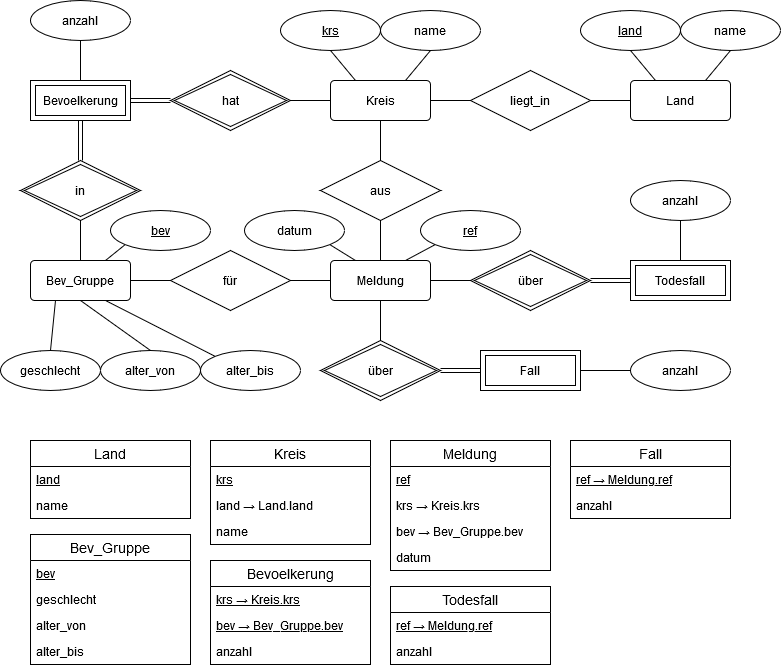
Above: corona_db.png in MariusGiebenhain/corona_db (draw.io), before the change. Source tidied: cells renumbered, new cells last; positions are measured from the earlier drawing's top-left corner, leaving out a move shared by most shapes.
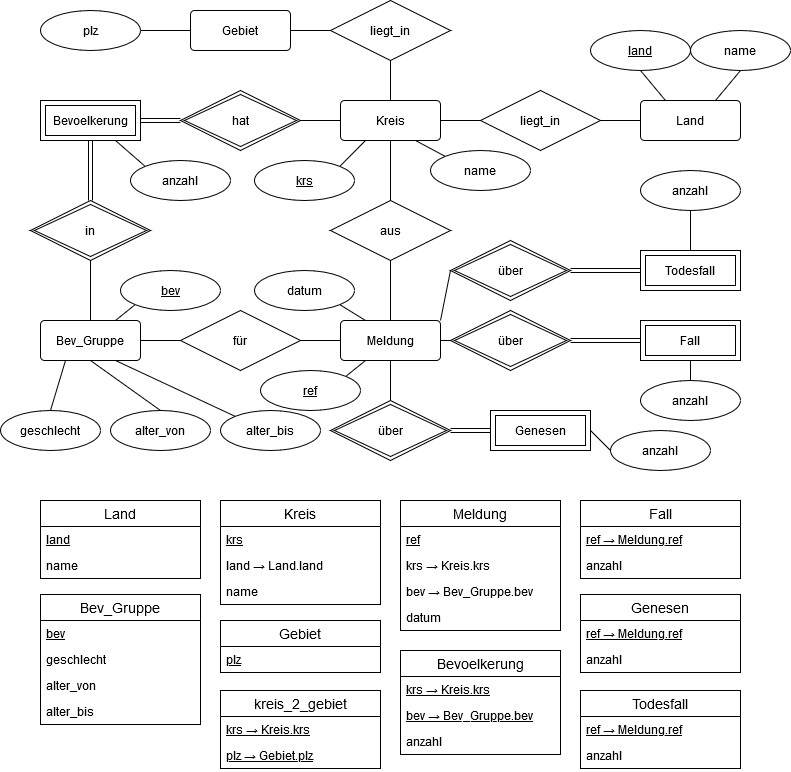
Later version of the same file.

Commit message:
updated relational schema

The edit, as a diff of the source:
```diff
@@ -26,3 +26,3 @@
     <mxCell id="9" value="krs" style="ellipse;whiteSpace=wrap;html=1;align=center;fontStyle=4;" parent="1" vertex="1">
-      <mxGeometry x="280" y="10" width="100" height="40" as="geometry" />
+      <mxGeometry x="244" y="140" width="100" height="40" as="geometry" />
     </mxCell>
@@ -31,3 +31,3 @@
     </mxCell>
-    <mxCell id="11" style="endArrow=none;html=1;strokeColor=#000000;exitX=0.5;exitY=1;exitDx=0;exitDy=0;entryX=0.25;entryY=0;entryDx=0;entryDy=0;" parent="1" edge="1" source="9" target="8">
+    <mxCell id="11" style="endArrow=none;html=1;strokeColor=#000000;exitX=1;exitY=0;exitDx=0;exitDy=0;entryX=0.25;entryY=1;entryDx=0;entryDy=0;" parent="1" edge="1" source="9" target="8">
       <mxGeometry relative="1" as="geometry" />
@@ -35,5 +35,5 @@
     <mxCell id="12" value="name" style="ellipse;whiteSpace=wrap;html=1;align=center;" parent="1" vertex="1">
-      <mxGeometry x="380" y="10" width="100" height="40" as="geometry" />
+      <mxGeometry x="420" y="130" width="100" height="40" as="geometry" />
     </mxCell>
-    <mxCell id="13" style="endArrow=none;html=1;strokeColor=#000000;exitX=0.5;exitY=1;exitDx=0;exitDy=0;entryX=0.75;entryY=0;entryDx=0;entryDy=0;" parent="1" edge="1" source="12" target="8">
+    <mxCell id="13" style="endArrow=none;html=1;strokeColor=#000000;exitX=0;exitY=0;exitDx=0;exitDy=0;entryX=0.75;entryY=1;entryDx=0;entryDy=0;" parent="1" edge="1" source="12" target="8">
       <mxGeometry relative="1" as="geometry" />
@@ -50,3 +50,3 @@
     <mxCell id="17" value="datum" style="ellipse;whiteSpace=wrap;html=1;align=center;" parent="1" vertex="1">
-      <mxGeometry x="244" y="210" width="100" height="40" as="geometry" />
+      <mxGeometry x="244" y="250" width="100" height="40" as="geometry" />
     </mxCell>
@@ -56,5 +56,5 @@
     <mxCell id="19" value="ref" style="ellipse;whiteSpace=wrap;html=1;align=center;fontStyle=4;" parent="1" vertex="1">
-      <mxGeometry x="420" y="210" width="100" height="40" as="geometry" />
+      <mxGeometry x="250" y="350" width="100" height="40" as="geometry" />
     </mxCell>
-    <mxCell id="20" style="endArrow=none;html=1;strokeColor=#000000;exitX=0.75;exitY=0;exitDx=0;exitDy=0;entryX=0;entryY=1;entryDx=0;entryDy=0;" parent="1" edge="1" source="33" target="19">
+    <mxCell id="20" style="endArrow=none;html=1;strokeColor=#000000;exitX=0.25;exitY=1;exitDx=0;exitDy=0;entryX=1;entryY=0;entryDx=0;entryDy=0;" parent="1" edge="1" source="33" target="19">
       <mxGeometry relative="1" as="geometry" />
@@ -65,8 +65,8 @@
     <mxCell id="22" value="Todesfall" style="shape=ext;margin=3;double=1;whiteSpace=wrap;html=1;align=center;" parent="1" vertex="1">
-      <mxGeometry x="630" y="260" width="100" height="40" as="geometry" />
+      <mxGeometry x="630" y="230" width="100" height="40" as="geometry" />
     </mxCell>
     <mxCell id="23" value="über" style="shape=rhombus;double=1;perimeter=rhombusPerimeter;whiteSpace=wrap;html=1;align=center;" parent="1" vertex="1">
-      <mxGeometry x="470" y="250" width="120" height="60" as="geometry" />
+      <mxGeometry x="440" y="220" width="120" height="60" as="geometry" />
     </mxCell>
-    <mxCell id="24" style="endArrow=none;html=1;strokeColor=#000000;entryX=0;entryY=0.5;entryDx=0;entryDy=0;exitX=1;exitY=0.5;exitDx=0;exitDy=0;" parent="1" edge="1" source="33" target="23">
+    <mxCell id="24" style="endArrow=none;html=1;strokeColor=#000000;entryX=0;entryY=0.5;entryDx=0;entryDy=0;exitX=1;exitY=0;exitDx=0;exitDy=0;" parent="1" edge="1" source="33" target="23">
       <mxGeometry relative="1" as="geometry" />
@@ -74,6 +74,6 @@
     <mxCell id="25" value="Fall" style="shape=ext;margin=3;double=1;whiteSpace=wrap;html=1;align=center;" parent="1" vertex="1">
-      <mxGeometry x="480" y="350" width="100" height="40" as="geometry" />
+      <mxGeometry x="630" y="300" width="100" height="40" as="geometry" />
     </mxCell>
     <mxCell id="26" value="über" style="shape=rhombus;double=1;perimeter=rhombusPerimeter;whiteSpace=wrap;html=1;align=center;" parent="1" vertex="1">
-      <mxGeometry x="320" y="340" width="120" height="60" as="geometry" />
+      <mxGeometry x="440" y="290" width="120" height="60" as="geometry" />
     </mxCell>
@@ -81,3 +81,3 @@
       <mxGeometry relative="1" as="geometry">
-        <mxPoint x="380" y="290" as="targetPoint" />
+        <mxPoint x="380" y="330" as="targetPoint" />
       </mxGeometry>
@@ -88,3 +88,3 @@
     <mxCell id="29" value="anzahl" style="ellipse;whiteSpace=wrap;html=1;align=center;" parent="1" vertex="1">
-      <mxGeometry x="630" y="180" width="100" height="40" as="geometry" />
+      <mxGeometry x="630" y="150" width="100" height="40" as="geometry" />
     </mxCell>
@@ -94,5 +94,5 @@
     <mxCell id="31" value="anzahl" style="ellipse;whiteSpace=wrap;html=1;align=center;" parent="1" vertex="1">
-      <mxGeometry x="630" y="350" width="100" height="40" as="geometry" />
+      <mxGeometry x="630" y="360" width="100" height="40" as="geometry" />
     </mxCell>
-    <mxCell id="32" style="endArrow=none;html=1;strokeColor=#000000;exitX=0;exitY=0.5;exitDx=0;exitDy=0;entryX=1;entryY=0.5;entryDx=0;entryDy=0;" parent="1" edge="1" source="31" target="25">
+    <mxCell id="32" style="endArrow=none;html=1;strokeColor=#000000;exitX=0.5;exitY=0;exitDx=0;exitDy=0;entryX=0.5;entryY=1;entryDx=0;entryDy=0;" parent="1" edge="1" source="31" target="25">
       <mxGeometry relative="1" as="geometry" />
@@ -100,6 +100,6 @@
     <mxCell id="33" value="Meldung" style="rounded=1;arcSize=10;whiteSpace=wrap;html=1;align=center;" parent="1" vertex="1">
-      <mxGeometry x="330" y="260" width="100" height="40" as="geometry" />
+      <mxGeometry x="330" y="300" width="100" height="40" as="geometry" />
     </mxCell>
     <mxCell id="34" value="aus" style="shape=rhombus;perimeter=rhombusPerimeter;whiteSpace=wrap;html=1;align=center;" parent="1" vertex="1">
-      <mxGeometry x="320" y="160" width="120" height="60" as="geometry" />
+      <mxGeometry x="320" y="180" width="120" height="60" as="geometry" />
     </mxCell>
@@ -112,5 +112,5 @@
     <mxCell id="37" value="anzahl" style="ellipse;whiteSpace=wrap;html=1;align=center;" parent="1" vertex="1">
-      <mxGeometry x="30" width="100" height="40" as="geometry" />
+      <mxGeometry x="120" y="140" width="100" height="40" as="geometry" />
     </mxCell>
-    <mxCell id="38" style="endArrow=none;html=1;exitX=0.5;exitY=1;exitDx=0;exitDy=0;entryX=0.5;entryY=0;entryDx=0;entryDy=0;" parent="1" edge="1" source="37" target="40">
+    <mxCell id="38" style="endArrow=none;html=1;exitX=0;exitY=0;exitDx=0;exitDy=0;entryX=0.75;entryY=1;entryDx=0;entryDy=0;" parent="1" edge="1" source="37" target="40">
       <mxGeometry relative="1" as="geometry" />
@@ -118,3 +118,3 @@
     <mxCell id="39" value="Bev_Gruppe" style="rounded=1;arcSize=10;whiteSpace=wrap;html=1;align=center;" parent="1" vertex="1">
-      <mxGeometry x="30" y="260" width="100" height="40" as="geometry" />
+      <mxGeometry x="30" y="300" width="100" height="40" as="geometry" />
     </mxCell>
@@ -130,3 +130,3 @@
     <mxCell id="43" value="in" style="shape=rhombus;double=1;perimeter=rhombusPerimeter;whiteSpace=wrap;html=1;align=center;" parent="1" vertex="1">
-      <mxGeometry x="20" y="160" width="120" height="60" as="geometry" />
+      <mxGeometry x="20" y="180" width="120" height="60" as="geometry" />
     </mxCell>
@@ -139,3 +139,3 @@
     <mxCell id="46" value="für" style="shape=rhombus;perimeter=rhombusPerimeter;whiteSpace=wrap;html=1;align=center;" parent="1" vertex="1">
-      <mxGeometry x="170" y="250" width="120" height="60" as="geometry" />
+      <mxGeometry x="170" y="290" width="120" height="60" as="geometry" />
     </mxCell>
@@ -148,8 +148,8 @@
     <mxCell id="49" value="alter_von" style="ellipse;whiteSpace=wrap;html=1;align=center;" parent="1" vertex="1">
-      <mxGeometry x="100" y="350" width="100" height="40" as="geometry" />
+      <mxGeometry x="100" y="390" width="100" height="40" as="geometry" />
     </mxCell>
     <mxCell id="50" value="alter_bis" style="ellipse;whiteSpace=wrap;html=1;align=center;" parent="1" vertex="1">
-      <mxGeometry x="200" y="350" width="100" height="40" as="geometry" />
+      <mxGeometry x="210" y="390" width="100" height="40" as="geometry" />
     </mxCell>
-    <mxCell id="51" style="endArrow=none;html=1;exitX=0.5;exitY=0;exitDx=0;exitDy=0;entryX=0.5;entryY=1;entryDx=0;entryDy=0;" parent="1" edge="1" source="26" target="33">
+    <mxCell id="51" style="endArrow=none;html=1;exitX=0;exitY=0.5;exitDx=0;exitDy=0;entryX=1;entryY=0.5;entryDx=0;entryDy=0;" parent="1" edge="1" source="26" target="33">
       <mxGeometry relative="1" as="geometry" />
@@ -157,3 +157,3 @@
     <mxCell id="52" value="geschlecht" style="ellipse;whiteSpace=wrap;html=1;align=center;" parent="1" vertex="1">
-      <mxGeometry y="350" width="100" height="40" as="geometry" />
+      <mxGeometry x="-10" y="390" width="100" height="40" as="geometry" />
     </mxCell>
@@ -169,3 +169,3 @@
     <mxCell id="56" value="&lt;u&gt;bev&lt;/u&gt;" style="ellipse;whiteSpace=wrap;html=1;align=center;" parent="1" vertex="1">
-      <mxGeometry x="110" y="210" width="100" height="40" as="geometry" />
+      <mxGeometry x="110" y="250" width="100" height="40" as="geometry" />
     </mxCell>
@@ -175,3 +175,3 @@
     <mxCell id="58" value="Fall" style="swimlane;fontStyle=0;horizontal=1;startSize=26;align=center;fontSize=14;" parent="1" vertex="1">
-      <mxGeometry x="570" y="440" width="160" height="78" as="geometry" />
+      <mxGeometry x="570" y="480" width="160" height="78" as="geometry" />
     </mxCell>
@@ -184,3 +184,3 @@
     <mxCell id="61" value="Meldung" style="swimlane;fontStyle=0;horizontal=1;startSize=26;align=center;fontSize=14;" parent="1" vertex="1">
-      <mxGeometry x="390" y="440" width="160" height="130" as="geometry" />
+      <mxGeometry x="390" y="480" width="160" height="130" as="geometry" />
     </mxCell>
@@ -198,13 +198,4 @@
     </mxCell>
-    <mxCell id="66" value="Todesfall" style="swimlane;fontStyle=0;horizontal=1;startSize=26;align=center;fontSize=14;" parent="1" vertex="1">
-      <mxGeometry x="390" y="586" width="160" height="78" as="geometry" />
-    </mxCell>
-    <mxCell id="67" value="ref → Meldung.ref" style="text;strokeColor=none;fillColor=none;spacingLeft=4;spacingRight=4;overflow=hidden;fontSize=12;fontStyle=4;" parent="66" vertex="1">
-      <mxGeometry y="26" width="160" height="26" as="geometry" />
-    </mxCell>
-    <mxCell id="68" value="anzahl" style="text;strokeColor=none;fillColor=none;spacingLeft=4;spacingRight=4;overflow=hidden;fontSize=12;" parent="66" vertex="1">
-      <mxGeometry y="52" width="160" height="26" as="geometry" />
-    </mxCell>
     <mxCell id="69" value="Kreis" style="swimlane;fontStyle=0;horizontal=1;startSize=26;align=center;fontSize=14;" parent="1" vertex="1">
-      <mxGeometry x="210" y="440" width="160" height="104" as="geometry" />
+      <mxGeometry x="210" y="480" width="160" height="104" as="geometry" />
     </mxCell>
@@ -219,16 +210,4 @@
     </mxCell>
-    <mxCell id="73" value="Bevoelkerung" style="swimlane;fontStyle=0;horizontal=1;startSize=26;align=center;fontSize=14;" parent="1" vertex="1">
-      <mxGeometry x="210" y="560" width="160" height="104" as="geometry" />
-    </mxCell>
-    <mxCell id="74" value="krs → Kreis.krs" style="text;strokeColor=none;fillColor=none;spacingLeft=4;spacingRight=4;overflow=hidden;fontSize=12;fontStyle=4;" parent="73" vertex="1">
-      <mxGeometry y="26" width="160" height="26" as="geometry" />
-    </mxCell>
-    <mxCell id="75" value="bev → Bev_Gruppe.bev" style="text;strokeColor=none;fillColor=none;spacingLeft=4;spacingRight=4;overflow=hidden;fontSize=12;fontStyle=4;" parent="73" vertex="1">
-      <mxGeometry y="52" width="160" height="26" as="geometry" />
-    </mxCell>
-    <mxCell id="76" value="anzahl" style="text;strokeColor=none;fillColor=none;spacingLeft=4;spacingRight=4;overflow=hidden;fontSize=12;" parent="73" vertex="1">
-      <mxGeometry y="78" width="160" height="26" as="geometry" />
-    </mxCell>
     <mxCell id="77" value="Land" style="swimlane;fontStyle=0;horizontal=1;startSize=26;align=center;fontSize=14;" parent="1" vertex="1">
-      <mxGeometry x="30" y="440" width="160" height="78" as="geometry" />
+      <mxGeometry x="30" y="480" width="160" height="78" as="geometry" />
     </mxCell>
@@ -241,3 +220,3 @@
     <mxCell id="80" value="Bev_Gruppe" style="swimlane;fontStyle=0;horizontal=1;startSize=26;align=center;fontSize=14;" parent="1" vertex="1">
-      <mxGeometry x="30" y="534" width="160" height="130" as="geometry" />
+      <mxGeometry x="30" y="574" width="160" height="130" as="geometry" />
     </mxCell>
@@ -255,2 +234,83 @@
     </mxCell>
+    <mxCell id="85" value="Gebiet" style="rounded=1;arcSize=10;whiteSpace=wrap;html=1;align=center;" parent="1" vertex="1">
+      <mxGeometry x="180" y="-10" width="100" height="40" as="geometry" />
+    </mxCell>
+    <mxCell id="86" value="über" style="shape=rhombus;double=1;perimeter=rhombusPerimeter;whiteSpace=wrap;html=1;align=center;" parent="1" vertex="1">
+      <mxGeometry x="320" y="380" width="120" height="60" as="geometry" />
+    </mxCell>
+    <mxCell id="87" style="endArrow=none;html=1;exitX=0.5;exitY=1;exitDx=0;exitDy=0;entryX=0.5;entryY=0;entryDx=0;entryDy=0;" parent="1" edge="1" source="33" target="86">
+      <mxGeometry relative="1" as="geometry" />
+    </mxCell>
+    <mxCell id="88" value="plz" style="ellipse;whiteSpace=wrap;html=1;align=center;" parent="1" vertex="1">
+      <mxGeometry x="30" y="-10" width="100" height="40" as="geometry" />
+    </mxCell>
+    <mxCell id="89" value="liegt_in" style="shape=rhombus;perimeter=rhombusPerimeter;whiteSpace=wrap;html=1;align=center;" parent="1" vertex="1">
+      <mxGeometry x="320" y="-20" width="120" height="60" as="geometry" />
+    </mxCell>
+    <mxCell id="90" style="endArrow=none;html=1;exitX=0.5;exitY=0;exitDx=0;exitDy=0;entryX=0.5;entryY=1;entryDx=0;entryDy=0;" parent="1" edge="1" source="8" target="89">
+      <mxGeometry relative="1" as="geometry" />
+    </mxCell>
+    <mxCell id="91" style="endArrow=none;html=1;exitX=1;exitY=0.5;exitDx=0;exitDy=0;entryX=0;entryY=0.5;entryDx=0;entryDy=0;" parent="1" edge="1" source="85" target="89">
+      <mxGeometry relative="1" as="geometry" />
+    </mxCell>
+    <mxCell id="92" style="endArrow=none;html=1;exitX=1;exitY=0.5;exitDx=0;exitDy=0;entryX=0;entryY=0.5;entryDx=0;entryDy=0;" parent="1" edge="1" source="88" target="85">
+      <mxGeometry relative="1" as="geometry" />
+    </mxCell>
+    <mxCell id="93" value="Genesen" style="shape=ext;margin=3;double=1;whiteSpace=wrap;html=1;align=center;" parent="1" vertex="1">
+      <mxGeometry x="480" y="390" width="100" height="40" as="geometry" />
+    </mxCell>
+    <mxCell id="94" style="shape=link;html=1;exitX=1;exitY=0.5;exitDx=0;exitDy=0;entryX=0;entryY=0.5;entryDx=0;entryDy=0;" parent="1" edge="1" source="86" target="93">
+      <mxGeometry relative="1" as="geometry" />
+    </mxCell>
+    <mxCell id="95" value="anzahl" style="ellipse;whiteSpace=wrap;html=1;align=center;" parent="1" vertex="1">
+      <mxGeometry x="600" y="410" width="100" height="40" as="geometry" />
+    </mxCell>
+    <mxCell id="96" style="endArrow=none;html=1;exitX=1;exitY=0.5;exitDx=0;exitDy=0;entryX=0;entryY=0.5;entryDx=0;entryDy=0;" parent="1" edge="1" source="93" target="95">
+      <mxGeometry relative="1" as="geometry" />
+    </mxCell>
+    <mxCell id="97" value="Genesen" style="swimlane;fontStyle=0;horizontal=1;startSize=26;align=center;fontSize=14;" parent="1" vertex="1">
+      <mxGeometry x="570" y="574" width="160" height="78" as="geometry" />
+    </mxCell>
+    <mxCell id="98" value="ref → Meldung.ref" style="text;strokeColor=none;fillColor=none;spacingLeft=4;spacingRight=4;overflow=hidden;fontSize=12;fontStyle=4;" parent="97" vertex="1">
+      <mxGeometry y="26" width="160" height="26" as="geometry" />
+    </mxCell>
+    <mxCell id="99" value="anzahl" style="text;strokeColor=none;fillColor=none;spacingLeft=4;spacingRight=4;overflow=hidden;fontSize=12;" parent="97" vertex="1">
+      <mxGeometry y="52" width="160" height="26" as="geometry" />
+    </mxCell>
+    <mxCell id="66" value="Todesfall" style="swimlane;fontStyle=0;horizontal=1;startSize=26;align=center;fontSize=14;" parent="1" vertex="1">
+      <mxGeometry x="570" y="670" width="160" height="78" as="geometry" />
+    </mxCell>
+    <mxCell id="67" value="ref → Meldung.ref" style="text;strokeColor=none;fillColor=none;spacingLeft=4;spacingRight=4;overflow=hidden;fontSize=12;fontStyle=4;" parent="66" vertex="1">
+      <mxGeometry y="26" width="160" height="26" as="geometry" />
+    </mxCell>
+    <mxCell id="68" value="anzahl" style="text;strokeColor=none;fillColor=none;spacingLeft=4;spacingRight=4;overflow=hidden;fontSize=12;" parent="66" vertex="1">
+      <mxGeometry y="52" width="160" height="26" as="geometry" />
+    </mxCell>
+    <mxCell id="73" value="Bevoelkerung" style="swimlane;fontStyle=0;horizontal=1;startSize=26;align=center;fontSize=14;" parent="1" vertex="1">
+      <mxGeometry x="390" y="630" width="160" height="104" as="geometry" />
+    </mxCell>
+    <mxCell id="74" value="krs → Kreis.krs" style="text;strokeColor=none;fillColor=none;spacingLeft=4;spacingRight=4;overflow=hidden;fontSize=12;fontStyle=4;" parent="73" vertex="1">
+      <mxGeometry y="26" width="160" height="26" as="geometry" />
+    </mxCell>
+    <mxCell id="75" value="bev → Bev_Gruppe.bev" style="text;strokeColor=none;fillColor=none;spacingLeft=4;spacingRight=4;overflow=hidden;fontSize=12;fontStyle=4;" parent="73" vertex="1">
+      <mxGeometry y="52" width="160" height="26" as="geometry" />
+    </mxCell>
+    <mxCell id="76" value="anzahl" style="text;strokeColor=none;fillColor=none;spacingLeft=4;spacingRight=4;overflow=hidden;fontSize=12;" parent="73" vertex="1">
+      <mxGeometry y="78" width="160" height="26" as="geometry" />
+    </mxCell>
+    <mxCell id="100" value="Gebiet" style="swimlane;fontStyle=0;horizontal=1;startSize=26;align=center;fontSize=14;" parent="1" vertex="1">
+      <mxGeometry x="210" y="600" width="160" height="52" as="geometry" />
+    </mxCell>
+    <mxCell id="101" value="plz" style="text;strokeColor=none;fillColor=none;spacingLeft=4;spacingRight=4;overflow=hidden;fontSize=12;fontStyle=4;" parent="100" vertex="1">
+      <mxGeometry y="26" width="160" height="26" as="geometry" />
+    </mxCell>
+    <mxCell id="102" value="kreis_2_gebiet" style="swimlane;fontStyle=0;horizontal=1;startSize=26;align=center;fontSize=14;" parent="1" vertex="1">
+      <mxGeometry x="210" y="670" width="160" height="78" as="geometry" />
+    </mxCell>
+    <mxCell id="103" value="krs → Kreis.krs" style="text;strokeColor=none;fillColor=none;spacingLeft=4;spacingRight=4;overflow=hidden;fontSize=12;fontStyle=4;" parent="102" vertex="1">
+      <mxGeometry y="26" width="160" height="26" as="geometry" />
+    </mxCell>
+    <mxCell id="104" value="plz → Gebiet.plz" style="text;strokeColor=none;fillColor=none;spacingLeft=4;spacingRight=4;overflow=hidden;fontSize=12;fontStyle=4;" parent="102" vertex="1">
+      <mxGeometry y="52" width="160" height="26" as="geometry" />
+    </mxCell>
   </root>
```
